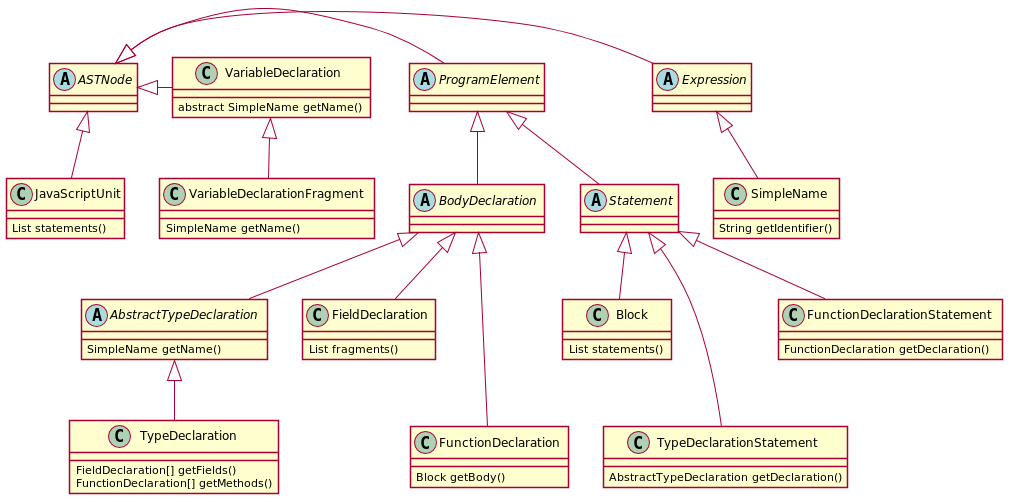
Earlier version of the PlantUML export VE_JavaScript/docs/api_hierarchy.png (ASoE-IF/vocabularioSoftware).
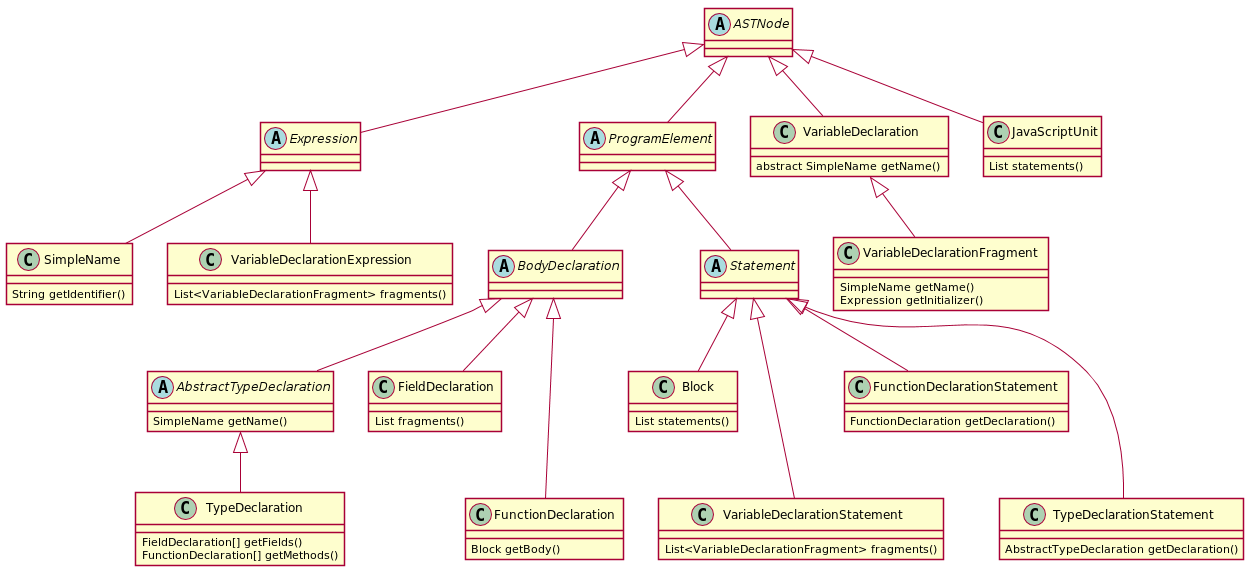
After the change.

Commit message:
atualizando diagrama api_hierarchy

Diff of the diagram source:
```diff
@@ -5,10 +5,11 @@
 
 abstract class ASTNode {
 }
-ASTNode <|- Expression
-ASTNode <|- ProgramElement
-ASTNode <|- VariableDeclaration
+ASTNode <|-- Expression
+ASTNode <|-- ProgramElement
+ASTNode <|-- VariableDeclaration
 ASTNode <|-- JavaScriptUnit
+
 
 class JavaScriptUnit {
     List statements()
@@ -17,66 +18,77 @@
 abstract class Expression{
 }
 Expression <|-- SimpleName
+Expression <|-- VariableDeclarationExpression
 
-class SimpleName{
-    String getIdentifier()
-}
+    class SimpleName{
+        String getIdentifier()
+    }
+
+    class VariableDeclarationExpression {
+        List<VariableDeclarationFragment> fragments()
+    }
 
 class VariableDeclaration{
     abstract SimpleName getName()
 }
 VariableDeclaration <|-- VariableDeclarationFragment
 
-class VariableDeclarationFragment{
-    SimpleName getName()
-}
+    class VariableDeclarationFragment{
+        SimpleName getName()
+        Expression getInitializer()
+    }
 
 abstract class ProgramElement{
 }
 ProgramElement <|-- BodyDeclaration
 ProgramElement <|-- Statement
 
-abstract class BodyDeclaration{
-}
-BodyDeclaration <|-- AbstractTypeDeclaration
-BodyDeclaration <|-- FieldDeclaration
-BodyDeclaration <|--- FunctionDeclaration
+    abstract class BodyDeclaration{
+    }
+    BodyDeclaration <|-- AbstractTypeDeclaration
+    BodyDeclaration <|-- FieldDeclaration
+    BodyDeclaration <|--- FunctionDeclaration
 
-abstract class AbstractTypeDeclaration{
-    SimpleName getName()
-}
-AbstractTypeDeclaration <|-- TypeDeclaration
+        abstract class AbstractTypeDeclaration{
+            SimpleName getName()
+        }
+        AbstractTypeDeclaration <|-- TypeDeclaration
 
-class TypeDeclaration {
-    FieldDeclaration[] getFields()
-    FunctionDeclaration[] getMethods()
-}
+            class TypeDeclaration {
+                FieldDeclaration[] getFields()
+                FunctionDeclaration[] getMethods()
+            }
 
-class FieldDeclaration{
-    List fragments()
-}
+        class FieldDeclaration{
+            List fragments()
+        }
 
-class FunctionDeclaration{
-    Block getBody()
-}
+        class FunctionDeclaration{
+            Block getBody()
+        }
 
-abstract class Statement{
-}
-Statement <|-- Block
-Statement <|--- TypeDeclarationStatement
-Statement <|-- FunctionDeclarationStatement
+    abstract class Statement{
+    }
+    Statement <|-- Block
+    Statement <|--- VariableDeclarationStatement
+    Statement <|-- FunctionDeclarationStatement
+    Statement <|--- TypeDeclarationStatement
 
-class Block{
-    List statements()
-}
+        class Block{
+            List statements()
+        }
 
-class FunctionDeclarationStatement{
-    FunctionDeclaration getDeclaration()
-}
+        class FunctionDeclarationStatement{
+            FunctionDeclaration getDeclaration()
+        }
 
-class TypeDeclarationStatement{
-    AbstractTypeDeclaration getDeclaration()
-}
+        class TypeDeclarationStatement{
+            AbstractTypeDeclaration getDeclaration()
+        }
+
+        class VariableDeclarationStatement{
+            List<VariableDeclarationFragment> fragments()
+        }
 
 
 
```
